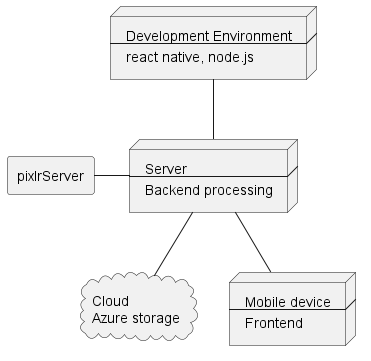
Earlier version of the PlantUML export arc42/images/07_deplomentView.png (CMarquetand/swarc-material).
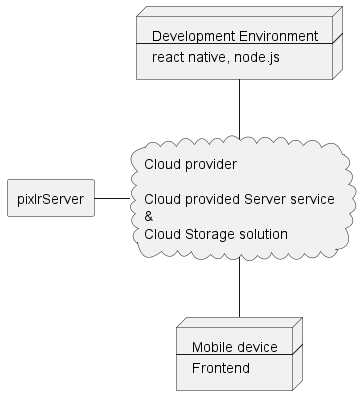
The same diagram one commit later.

Commit message:
update deployment view and building block view

The edit, as a diff of the source:
```diff
@@ -1,9 +1,6 @@
 @startuml deplomentView1
 
-cloud cloudStorage [
-    Cloud
-    Azure storage
-]
+
 agent pixlrServer
 node MobileDevice [
 Mobile device
@@ -11,10 +8,12 @@
 Frontend
 ]
 
-node Server [
-Server
-----
-Backend processing
+cloud Server [
+Cloud provider
+
+Cloud provided Server service
+&
+Cloud Storage solution
 ]
 
 node DevelopmentEnvironment [
@@ -23,12 +22,8 @@
 react native, node.js
 ]
 
-
 MobileDevice -up- Server
 DevelopmentEnvironment -- Server
-Server -down- cloudStorage
 pixlrServer - Server
 
-
-
 @enduml
```
